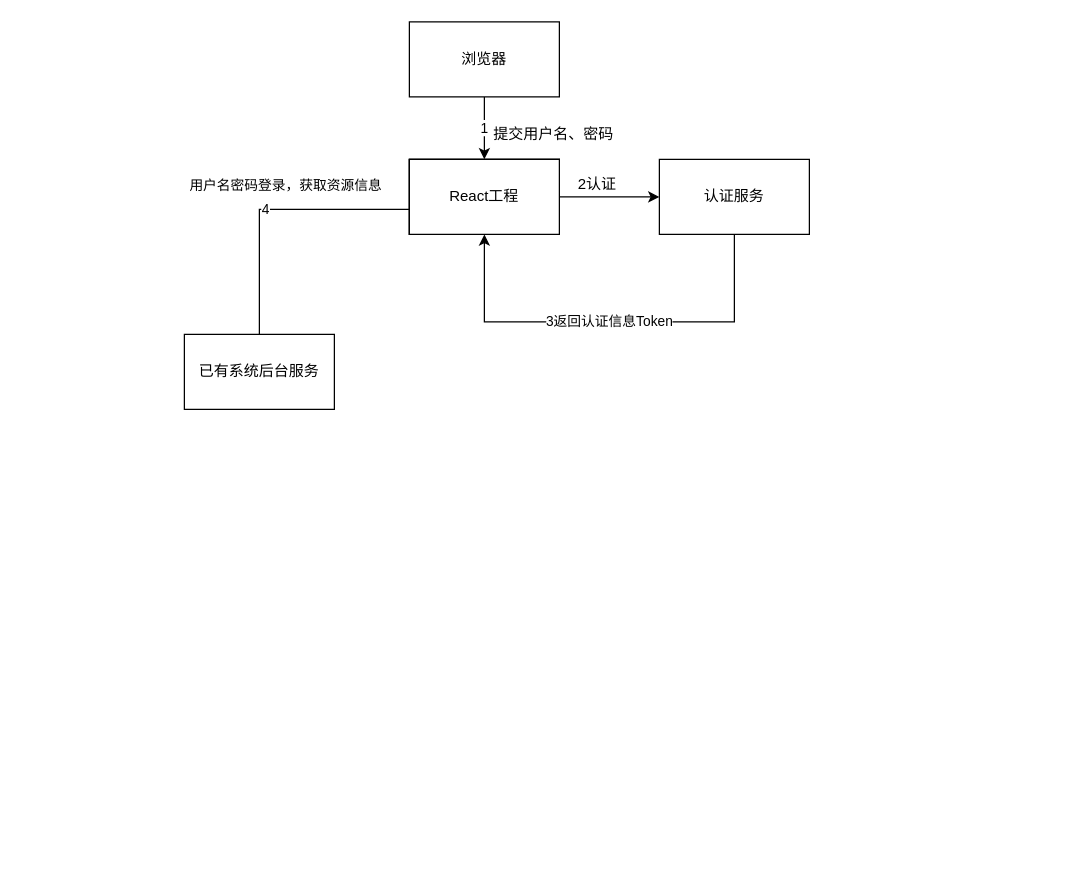
Earlier version of the draw.io diagram Untitled Diagram.drawio (liuzyong/lcp). Source tidied: cells renumbered, new cells numbered last; positions are measured from the earlier drawing's top-left corner, leaving out a move shared by most shapes. Both pictures are drawn from the tidied source at 125%, with x=0, y=0 at pixel (184, 21).
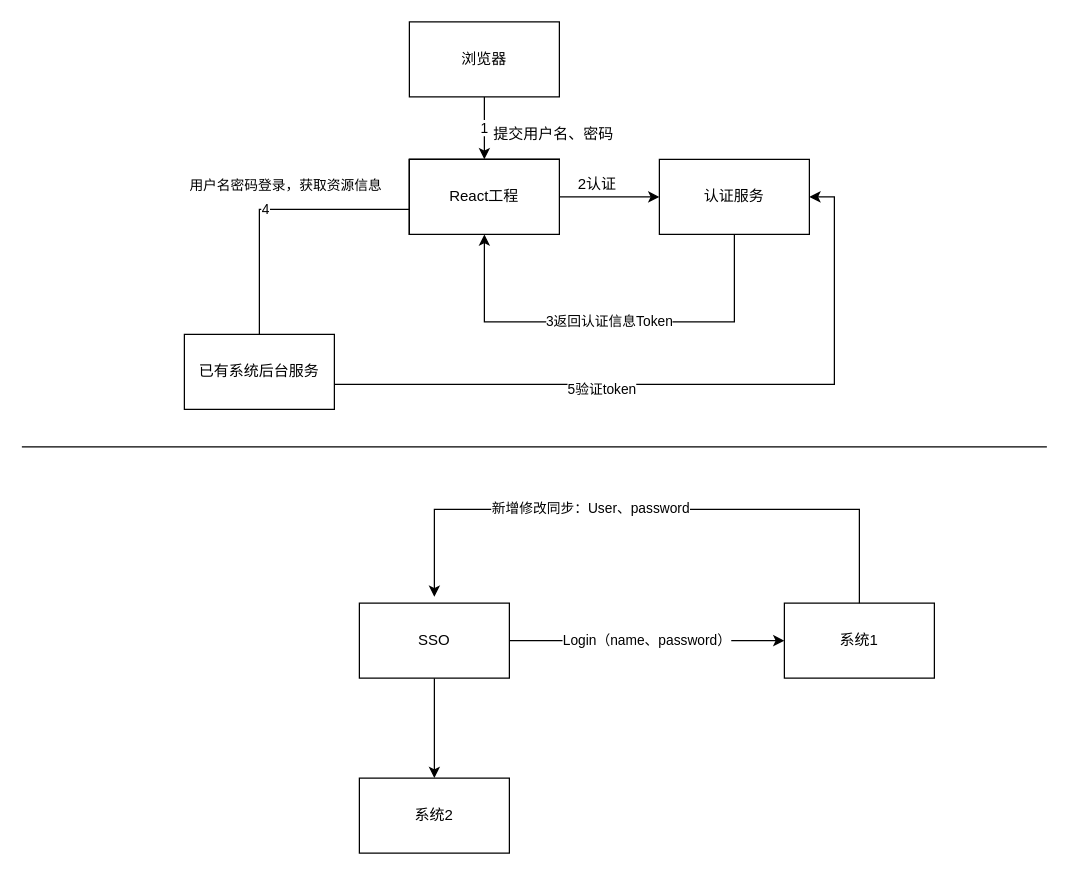
The same diagram, later.

The change refers to these unchanged cells:
```xml
<mxCell id="10" value="认证服务" style="rounded=0;whiteSpace=wrap;html=1;" parent="1" vertex="1">
  <mxGeometry x="380" y="110" width="120" height="60" as="geometry" />
</mxCell>
<mxCell id="13" value="已有系统后台服务" style="rounded=0;whiteSpace=wrap;html=1;" parent="1" vertex="1">
  <mxGeometry y="250" width="120" height="60" as="geometry" />
</mxCell>
```

What changed in the source:
```diff
@@
+    <mxCell id="15" style="edgeStyle=orthogonalEdgeStyle;rounded=0;jettySize=auto;html=1;exitX=1;exitY=0.5;exitDx=0;exitDy=0;entryX=1;entryY=0.5;entryDx=0;entryDy=0;" parent="1" edge="1" source="13" target="10">
+      <mxGeometry relative="1" as="geometry">
+        <Array as="points">
+          <mxPoint x="120" y="290" />
+          <mxPoint x="520" y="290" />
+          <mxPoint x="520" y="140" />
+        </Array>
+      </mxGeometry>
+    </mxCell>
+    <mxCell id="16" value="5验证token" style="edgeLabel;html=1;align=center;verticalAlign=middle;" parent="15" vertex="1">
+      <mxGeometry x="-0.23" y="-3" relative="1" as="geometry" />
+    </mxCell>
@@
+    <mxCell id="17" value="Login（name、password）" style="edgeStyle=orthogonalEdgeStyle;rounded=0;jettySize=auto;html=1;" parent="1" edge="1" source="19" target="20">
+      <mxGeometry relative="1" as="geometry" />
+    </mxCell>
+    <mxCell id="18" style="edgeStyle=orthogonalEdgeStyle;rounded=0;jettySize=auto;html=1;" parent="1" edge="1" source="19" target="21">
+      <mxGeometry relative="1" as="geometry" />
+    </mxCell>
+    <mxCell id="19" value="SSO" style="rounded=0;whiteSpace=wrap;html=1;" parent="1" vertex="1">
+      <mxGeometry x="140" y="465" width="120" height="60" as="geometry" />
+    </mxCell>
+    <mxCell id="20" value="系统1" style="rounded=0;whiteSpace=wrap;html=1;" parent="1" vertex="1">
+      <mxGeometry x="480" y="465" width="120" height="60" as="geometry" />
+    </mxCell>
+    <mxCell id="21" value="系统2" style="rounded=0;whiteSpace=wrap;html=1;" parent="1" vertex="1">
+      <mxGeometry x="140" y="605" width="120" height="60" as="geometry" />
+    </mxCell>
+    <mxCell id="22" style="endArrow=classic;html=1;rounded=0;exitX=0.5;exitY=0;exitDx=0;exitDy=0;" parent="1" edge="1" source="20">
+      <mxGeometry relative="1" as="geometry">
+        <mxPoint x="200" y="460" as="targetPoint" />
+        <Array as="points">
+          <mxPoint x="540" y="390" />
+          <mxPoint x="200" y="390" />
+        </Array>
+      </mxGeometry>
+    </mxCell>
+    <mxCell id="23" value="新增修改同步：User、password" style="edgeLabel;html=1;align=center;verticalAlign=middle;" parent="22" vertex="1">
+      <mxGeometry x="0.2" y="-2" relative="1" as="geometry" />
+    </mxCell>
+    <mxCell id="24" style="endArrow=none;html=1;rounded=0;" parent="1" edge="1">
+      <mxGeometry relative="1" as="geometry">
+        <mxPoint x="-130" y="340" as="sourcePoint" />
+        <mxPoint x="690" y="340" as="targetPoint" />
+      </mxGeometry>
+    </mxCell>
```
